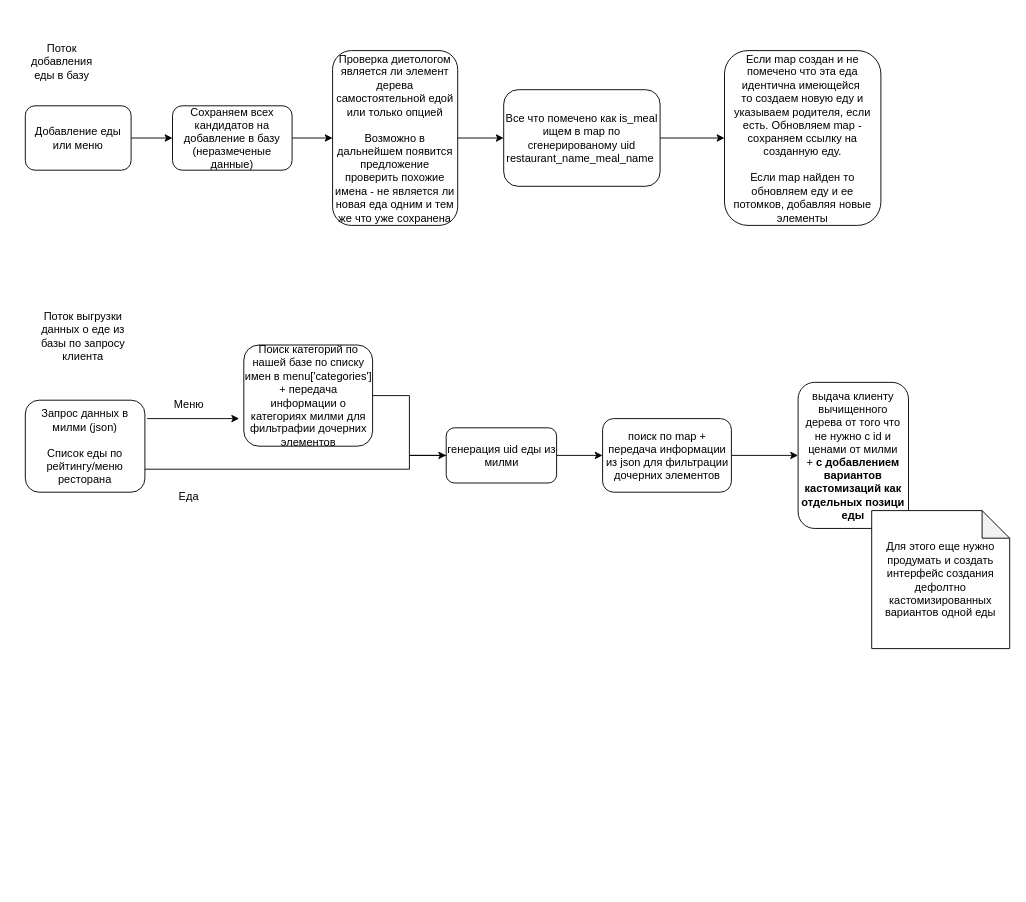
Before: mealme_input_maping.drawio in RXcor/mealmeflow, a draw.io diagram. Source tidied: cells renumbered, new cells numbered last; positions are measured from the earlier drawing's top-left corner, leaving out a move shared by most shapes. Both pictures are drawn from the tidied source at 92%, with x=0, y=0 at pixel (25, 34).
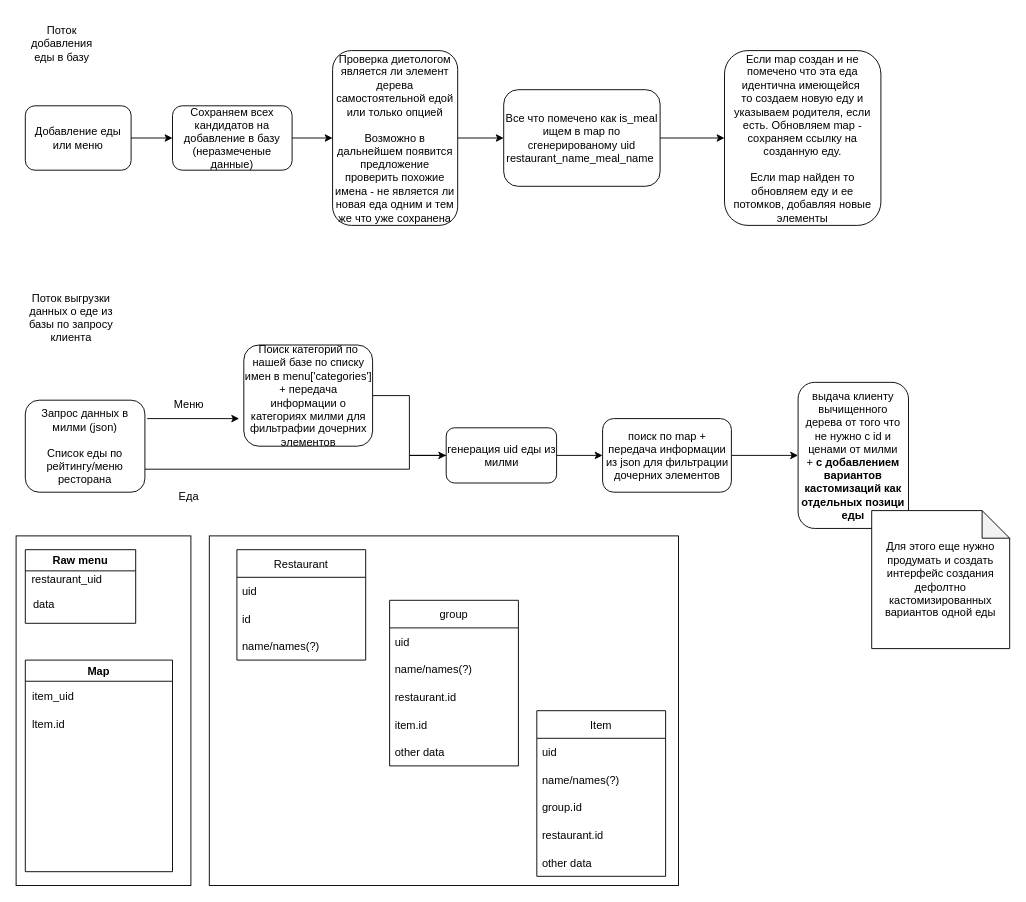
Above is the later version.

The edit, as a diff of the source:
```diff
@@
+    <mxCell id="27" style="rounded=0;whiteSpace=wrap;html=1;" parent="1" vertex="1">
+      <mxGeometry x="200" y="545" width="510" height="380" as="geometry" />
+    </mxCell>
+    <mxCell id="28" style="rounded=0;whiteSpace=wrap;html=1;" parent="1" vertex="1">
+      <mxGeometry x="-10" y="545" width="190" height="380" as="geometry" />
+    </mxCell>
@@
     <mxCell id="11" value="Поток добавления еды в базу" style="text;html=1;strokeColor=none;fillColor=none;align=center;verticalAlign=middle;whiteSpace=wrap;rounded=0;" parent="1" vertex="1">
-      <mxGeometry width="80" height="60" as="geometry" />
+      <mxGeometry y="-20" width="80" height="60" as="geometry" />
     </mxCell>
     <mxCell id="12" value="Поток выгрузки данных о еде из базы по запросу клиента" style="text;html=1;strokeColor=none;fillColor=none;align=center;verticalAlign=middle;whiteSpace=wrap;rounded=0;" parent="1" vertex="1">
-      <mxGeometry x="12.5" y="297.5" width="100" height="60" as="geometry" />
+      <mxGeometry y="277.5" width="100" height="60" as="geometry" />
     </mxCell>
@@
+    <mxCell id="29" value="Raw menu" style="swimlane;" parent="1" vertex="1">
+      <mxGeometry y="560" width="120" height="80" as="geometry" />
+    </mxCell>
+    <mxCell id="30" value="restaurant_uid" style="text;html=1;align=center;verticalAlign=middle;strokeColor=none;fillColor=none;" parent="29" vertex="1">
+      <mxGeometry y="22.5" width="90" height="20" as="geometry" />
+    </mxCell>
+    <mxCell id="31" value="data" style="text;html=1;align=center;verticalAlign=middle;strokeColor=none;fillColor=none;" parent="29" vertex="1">
+      <mxGeometry y="50" width="40" height="20" as="geometry" />
+    </mxCell>
+    <mxCell id="32" value="Restaurant" style="swimlane;fontStyle=0;horizontal=1;startSize=30;" parent="1" vertex="1">
+      <mxGeometry x="230" y="560" width="140" height="120" as="geometry" />
+    </mxCell>
+    <mxCell id="33" value="uid" style="text;strokeColor=none;fillColor=none;align=left;verticalAlign=middle;spacingLeft=4;spacingRight=4;overflow=hidden;" parent="32" vertex="1">
+      <mxGeometry y="30" width="140" height="30" as="geometry" />
+    </mxCell>
+    <mxCell id="34" value="id" style="text;strokeColor=none;fillColor=none;align=left;verticalAlign=middle;spacingLeft=4;spacingRight=4;overflow=hidden;" parent="32" vertex="1">
+      <mxGeometry y="60" width="140" height="30" as="geometry" />
+    </mxCell>
+    <mxCell id="35" value="name/names(?)" style="text;strokeColor=none;fillColor=none;align=left;verticalAlign=middle;spacingLeft=4;spacingRight=4;overflow=hidden;" parent="32" vertex="1">
+      <mxGeometry y="90" width="140" height="30" as="geometry" />
+    </mxCell>
+    <mxCell id="36" value="Item" style="swimlane;fontStyle=0;horizontal=1;startSize=30;" parent="1" vertex="1">
+      <mxGeometry x="556" y="735" width="140" height="180" as="geometry" />
+    </mxCell>
+    <mxCell id="37" value="uid" style="text;strokeColor=none;fillColor=none;align=left;verticalAlign=middle;spacingLeft=4;spacingRight=4;overflow=hidden;" parent="36" vertex="1">
+      <mxGeometry y="30" width="140" height="30" as="geometry" />
+    </mxCell>
+    <mxCell id="38" value="name/names(?)" style="text;strokeColor=none;fillColor=none;align=left;verticalAlign=middle;spacingLeft=4;spacingRight=4;overflow=hidden;" parent="36" vertex="1">
+      <mxGeometry y="60" width="140" height="30" as="geometry" />
+    </mxCell>
+    <mxCell id="39" value="group.id" style="text;strokeColor=none;fillColor=none;align=left;verticalAlign=middle;spacingLeft=4;spacingRight=4;overflow=hidden;" parent="36" vertex="1">
+      <mxGeometry y="90" width="140" height="30" as="geometry" />
+    </mxCell>
+    <mxCell id="40" value="restaurant.id" style="text;strokeColor=none;fillColor=none;align=left;verticalAlign=middle;spacingLeft=4;spacingRight=4;overflow=hidden;" parent="36" vertex="1">
+      <mxGeometry y="120" width="140" height="30" as="geometry" />
+    </mxCell>
+    <mxCell id="41" value="other data" style="text;strokeColor=none;fillColor=none;align=left;verticalAlign=middle;spacingLeft=4;spacingRight=4;overflow=hidden;" parent="36" vertex="1">
+      <mxGeometry y="150" width="140" height="30" as="geometry" />
+    </mxCell>
+    <mxCell id="42" value="group" style="swimlane;fontStyle=0;horizontal=1;startSize=30;" parent="1" vertex="1">
+      <mxGeometry x="396" y="615" width="140" height="180" as="geometry" />
+    </mxCell>
+    <mxCell id="43" value="uid" style="text;strokeColor=none;fillColor=none;align=left;verticalAlign=middle;spacingLeft=4;spacingRight=4;overflow=hidden;" parent="42" vertex="1">
+      <mxGeometry y="30" width="140" height="30" as="geometry" />
+    </mxCell>
+    <mxCell id="44" value="name/names(?)" style="text;strokeColor=none;fillColor=none;align=left;verticalAlign=middle;spacingLeft=4;spacingRight=4;overflow=hidden;" parent="42" vertex="1">
+      <mxGeometry y="60" width="140" height="30" as="geometry" />
+    </mxCell>
+    <mxCell id="45" value="restaurant.id" style="text;strokeColor=none;fillColor=none;align=left;verticalAlign=middle;spacingLeft=4;spacingRight=4;overflow=hidden;" parent="42" vertex="1">
+      <mxGeometry y="90" width="140" height="30" as="geometry" />
+    </mxCell>
+    <mxCell id="46" value="item.id" style="text;strokeColor=none;fillColor=none;align=left;verticalAlign=middle;spacingLeft=4;spacingRight=4;overflow=hidden;" parent="42" vertex="1">
+      <mxGeometry y="120" width="140" height="30" as="geometry" />
+    </mxCell>
+    <mxCell id="47" value="other data" style="text;strokeColor=none;fillColor=none;align=left;verticalAlign=middle;spacingLeft=4;spacingRight=4;overflow=hidden;" parent="42" vertex="1">
+      <mxGeometry y="150" width="140" height="30" as="geometry" />
+    </mxCell>
+    <mxCell id="48" value="Map" style="swimlane;" parent="1" vertex="1">
+      <mxGeometry y="680" width="160" height="230" as="geometry" />
+    </mxCell>
+    <mxCell id="49" value="item_uid" style="text;html=1;align=center;verticalAlign=middle;strokeColor=none;fillColor=none;" parent="48" vertex="1">
+      <mxGeometry y="30" width="60" height="20" as="geometry" />
+    </mxCell>
+    <mxCell id="50" value="ltem.id" style="text;html=1;align=center;verticalAlign=middle;strokeColor=none;fillColor=none;" parent="48" vertex="1">
+      <mxGeometry y="60" width="50" height="20" as="geometry" />
+    </mxCell>
```
